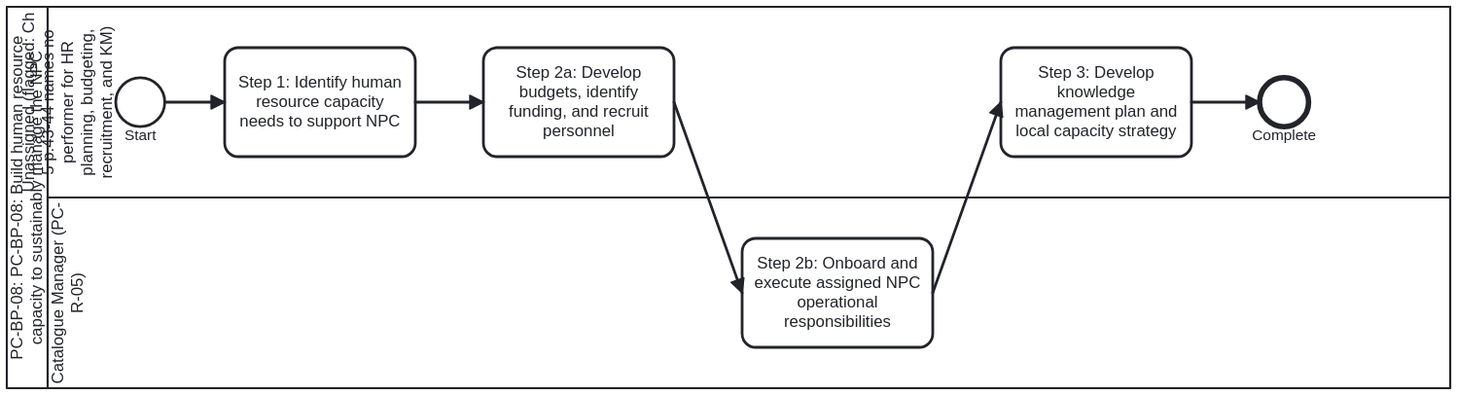
Before: folio/dth-pc/media/bp-pc-bp-08.svg, a diagram exported from BPMN (litlfred/dth-pc). Its source is kept beside it as folio/dth-pc/ch05-capacity/bp-pc-bp-08.bpmn. Ids are renumbered. Source of this version:
```xml
<bpmn:definitions xmlns:bpmn="http://www.omg.org/spec/BPMN/20100524/MODEL"
                  xmlns:bpmndi="http://www.omg.org/spec/BPMN/20100524/DI"
                  xmlns:dc="http://www.omg.org/spec/DD/20100524/DC"
                  xmlns:di="http://www.omg.org/spec/DD/20100524/DI"
                  id="Definitions_PC_BP_08"
                  targetNamespace="https://litlfred.github.io/dth-pc/bpmn">
  <bpmn:collaboration id="Collaboration_PC_BP_08">
    <bpmn:participant id="Participant_PC_BP_08" name="PC-BP-08: PC-BP-08: Build human resource capacity to sustainably manage the NPC" processRef="Process_PC_BP_08" />
  </bpmn:collaboration>
  <bpmn:process id="Process_PC_BP_08" name="PC-BP-08: Build human resource capacity to sustainably manage the NPC" isExecutable="false">
    <bpmn:documentation>PC-BP-08: PC-BP-08: Build human resource capacity to sustainably manage the NPC (Source: who-iris/library/9789240116191-eng, page-043, page-044). FLAGGED FOR OWNER: Chapter 5 (pages 43-44) names Catalogue Manager (PC-R-05) and NPC System Administrator (PC-R-18) as target operational/technical roles, but names no performer for HR planning, budgeting, recruitment, and knowledge management; those tasks are placed in an explicit unassigned lane per workplan §2e.</bpmn:documentation>
    <bpmn:laneSet id="LaneSet_PC_BP_08">
      <bpmn:lane id="Lane_1" name="Unassigned (flagged: Ch 5 p.43-44 names no performer for HR planning, budgeting, recruitment, and KM)">
        <bpmn:documentation>FLAGGED FOR OWNER: Chapter 5 does not name the performing role for HR capacity planning, budgeting, recruitment, and knowledge management.</bpmn:documentation>
        <bpmn:flowNodeRef>StartEvent_1</bpmn:flowNodeRef>
        <bpmn:flowNodeRef>Task_1</bpmn:flowNodeRef>
        <bpmn:flowNodeRef>Task_2</bpmn:flowNodeRef>
        <bpmn:flowNodeRef>Task_4</bpmn:flowNodeRef>
        <bpmn:flowNodeRef>EndEvent_1</bpmn:flowNodeRef>
      </bpmn:lane>
      <bpmn:lane id="Lane_2" name="Catalogue Manager (PC-R-05)">
        <bpmn:documentation>Named operational role onboarded and assigned to manage the NPC and Product Master Data processes (p.43-44)</bpmn:documentation>
        <bpmn:flowNodeRef>Task_3</bpmn:flowNodeRef>
      </bpmn:lane>
    </bpmn:laneSet>
    <bpmn:startEvent id="StartEvent_1" name="Start">
      <bpmn:outgoing>Flow_0</bpmn:outgoing>
    </bpmn:startEvent>
    <bpmn:task id="Task_1" name="Step 1: Identify human resource capacity needs to support NPC">
      <bpmn:documentation>Ch 5 Step 1 (p.43): Determine HR capacity required; identify operational and technical roles (e.g., Catalogue Manager, NPC System Administrator); define job descriptions and update the HR management plan.</bpmn:documentation>
      <bpmn:incoming>Flow_0</bpmn:incoming>
      <bpmn:outgoing>Flow_1</bpmn:outgoing>
    </bpmn:task>
    <bpmn:task id="Task_2" name="Step 2a: Develop budgets, identify funding, and recruit personnel">
      <bpmn:documentation>Ch 5 Step 2 (p.44): Develop budgets, identify funding sources, and recruit and train personnel with required skill sets to fill the identified roles.</bpmn:documentation>
      <bpmn:incoming>Flow_1</bpmn:incoming>
      <bpmn:outgoing>Flow_2</bpmn:outgoing>
    </bpmn:task>
    <bpmn:task id="Task_3" name="Step 2b: Onboard and execute assigned NPC operational responsibilities">
      <bpmn:documentation>Ch 5 Step 2 (p.43-44): Onboarded Catalogue Manager (and technical staff) assume operational responsibility for the NPC according to defined job descriptions and SOPs.</bpmn:documentation>
      <bpmn:incoming>Flow_2</bpmn:incoming>
      <bpmn:outgoing>Flow_3</bpmn:outgoing>
    </bpmn:task>
    <bpmn:task id="Task_4" name="Step 3: Develop knowledge management plan and local capacity strategy">
      <bpmn:documentation>Ch 5 Step 3 (p.44): Define organogram, knowledge management plan for master data and NPC, and governmental strategy to engage and enable local vendors and technical capacity.</bpmn:documentation>
      <bpmn:incoming>Flow_3</bpmn:incoming>
      <bpmn:outgoing>Flow_4</bpmn:outgoing>
    </bpmn:task>
    <bpmn:endEvent id="EndEvent_1" name="Complete">
      <bpmn:incoming>Flow_4</bpmn:incoming>
    </bpmn:endEvent>
    <bpmn:dataObject id="DataObject_1" name="List of roles and job descriptions to support NPC (Output Step 1, p.43-44)" />
    <bpmn:dataObjectReference id="DataObjectRef_1" name="List of roles and job descriptions to support NPC (Output Step 1, p.43-44)" dataObjectRef="DataObject_1" />
    <bpmn:dataObject id="DataObject_2" name="Human resource management plan and budget (Output Step 1-2, p.43-44)" />
    <bpmn:dataObjectReference id="DataObjectRef_2" name="Human resource management plan and budget (Output Step 1-2, p.43-44)" dataObjectRef="DataObject_2" />
    <bpmn:dataObject id="DataObject_3" name="Onboarded resources and Organogram (Output Step 2-3, p.44)" />
    <bpmn:dataObjectReference id="DataObjectRef_3" name="Onboarded resources and Organogram (Output Step 2-3, p.44)" dataObjectRef="DataObject_3" />
    <bpmn:dataObject id="DataObject_4" name="Knowledge management plan and governmental strategy for local technical capacity (Output Step 3, p.44)" />
    <bpmn:dataObjectReference id="DataObjectRef_4" name="Knowledge management plan and governmental strategy for local technical capacity (Output Step 3, p.44)" dataObjectRef="DataObject_4" />
    <bpmn:sequenceFlow id="Flow_0" sourceRef="StartEvent_1" targetRef="Task_1" />
    <bpmn:sequenceFlow id="Flow_1" sourceRef="Task_1" targetRef="Task_2" />
    <bpmn:sequenceFlow id="Flow_2" sourceRef="Task_2" targetRef="Task_3" />
    <bpmn:sequenceFlow id="Flow_3" sourceRef="Task_3" targetRef="Task_4" />
    <bpmn:sequenceFlow id="Flow_4" sourceRef="Task_4" targetRef="EndEvent_1" />
  </bpmn:process>
  <bpmndi:BPMNDiagram id="BPMNDiagram_PC_BP_08">
    <bpmndi:BPMNPlane id="BPMNPlane_PC_BP_08" bpmnElement="Collaboration_PC_BP_08">
      <bpmndi:BPMNShape id="Participant_PC_BP_08_di" bpmnElement="Participant_PC_BP_08" isHorizontal="true">
        <dc:Bounds x="100" y="60" width="1060" height="280" />
      </bpmndi:BPMNShape>
      <bpmndi:BPMNShape id="Lane_1_di" bpmnElement="Lane_1" isHorizontal="true">
        <dc:Bounds x="130" y="60" width="1030" height="140" />
      </bpmndi:BPMNShape>
      <bpmndi:BPMNShape id="Lane_2_di" bpmnElement="Lane_2" isHorizontal="true">
        <dc:Bounds x="130" y="200" width="1030" height="140" />
      </bpmndi:BPMNShape>
      <bpmndi:BPMNShape id="StartEvent_1_di" bpmnElement="StartEvent_1">
        <dc:Bounds x="180" y="112" width="36" height="36" />
      </bpmndi:BPMNShape>
      <bpmndi:BPMNShape id="Task_1_di" bpmnElement="Task_1">
        <dc:Bounds x="260" y="90" width="140" height="80" />
      </bpmndi:BPMNShape>
      <bpmndi:BPMNShape id="Task_2_di" bpmnElement="Task_2">
        <dc:Bounds x="450" y="90" width="140" height="80" />
      </bpmndi:BPMNShape>
      <bpmndi:BPMNShape id="Task_3_di" bpmnElement="Task_3">
        <dc:Bounds x="640" y="230" width="140" height="80" />
      </bpmndi:BPMNShape>
      <bpmndi:BPMNShape id="Task_4_di" bpmnElement="Task_4">
        <dc:Bounds x="830" y="90" width="140" height="80" />
      </bpmndi:BPMNShape>
      <bpmndi:BPMNShape id="EndEvent_1_di" bpmnElement="EndEvent_1">
        <dc:Bounds x="1020" y="112" width="36" height="36" />
      </bpmndi:BPMNShape>
      <bpmndi:BPMNEdge id="Flow_0_di" bpmnElement="Flow_0">
        <di:waypoint x="216" y="130" />
        <di:waypoint x="260" y="130" />
      </bpmndi:BPMNEdge>
      <bpmndi:BPMNEdge id="Flow_1_di" bpmnElement="Flow_1">
        <di:waypoint x="400" y="130" />
        <di:waypoint x="450" y="130" />
      </bpmndi:BPMNEdge>
      <bpmndi:BPMNEdge id="Flow_2_di" bpmnElement="Flow_2">
        <di:waypoint x="590" y="130" />
        <di:waypoint x="640" y="270" />
      </bpmndi:BPMNEdge>
      <bpmndi:BPMNEdge id="Flow_3_di" bpmnElement="Flow_3">
        <di:waypoint x="780" y="270" />
        <di:waypoint x="830" y="130" />
      </bpmndi:BPMNEdge>
      <bpmndi:BPMNEdge id="Flow_4_di" bpmnElement="Flow_4">
        <di:waypoint x="970" y="130" />
        <di:waypoint x="1020" y="130" />
      </bpmndi:BPMNEdge>
    </bpmndi:BPMNPlane>
  </bpmndi:BPMNDiagram>
</bpmn:definitions>
```
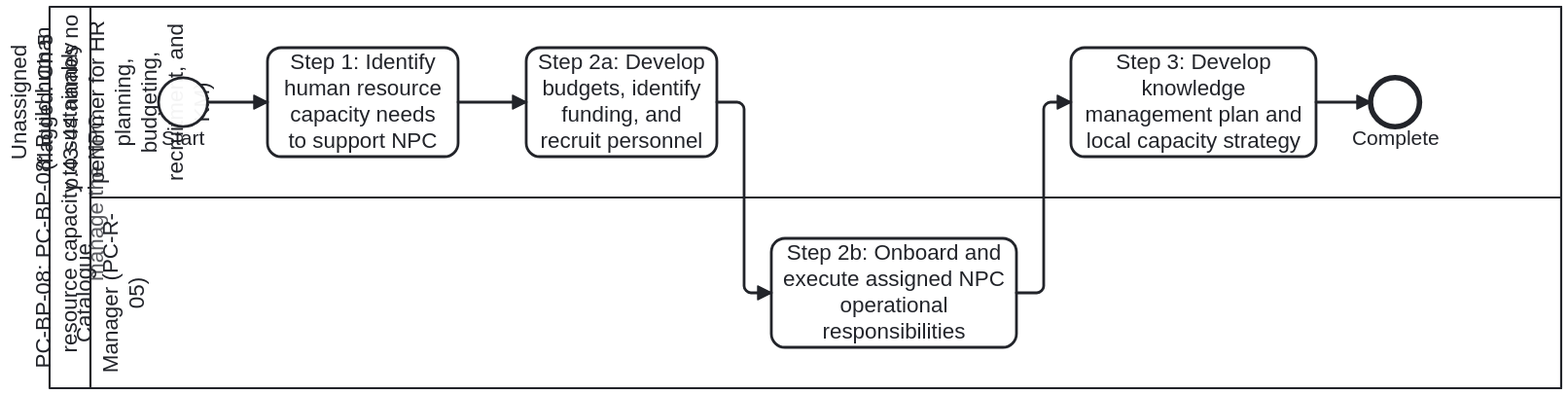
Above is the later version.

The edit, as a diff of the source:
```diff
@@ -66,13 +66,13 @@
   <bpmndi:BPMNDiagram id="BPMNDiagram_PC_BP_08">
     <bpmndi:BPMNPlane id="BPMNPlane_PC_BP_08" bpmnElement="Collaboration_PC_BP_08">
       <bpmndi:BPMNShape id="Participant_PC_BP_08_di" bpmnElement="Participant_PC_BP_08" isHorizontal="true">
-        <dc:Bounds x="100" y="60" width="1060" height="280" />
+        <dc:Bounds x="100" y="60" width="1110" height="280" />
       </bpmndi:BPMNShape>
       <bpmndi:BPMNShape id="Lane_1_di" bpmnElement="Lane_1" isHorizontal="true">
-        <dc:Bounds x="130" y="60" width="1030" height="140" />
+        <dc:Bounds x="130" y="60" width="1080" height="140" />
       </bpmndi:BPMNShape>
       <bpmndi:BPMNShape id="Lane_2_di" bpmnElement="Lane_2" isHorizontal="true">
-        <dc:Bounds x="130" y="200" width="1030" height="140" />
+        <dc:Bounds x="130" y="200" width="1080" height="140" />
       </bpmndi:BPMNShape>
       <bpmndi:BPMNShape id="StartEvent_1_di" bpmnElement="StartEvent_1">
         <dc:Bounds x="180" y="112" width="36" height="36" />
@@ -84,13 +84,13 @@
         <dc:Bounds x="450" y="90" width="140" height="80" />
       </bpmndi:BPMNShape>
       <bpmndi:BPMNShape id="Task_3_di" bpmnElement="Task_3">
-        <dc:Bounds x="640" y="230" width="140" height="80" />
+        <dc:Bounds x="630" y="230" width="180" height="80" />
       </bpmndi:BPMNShape>
       <bpmndi:BPMNShape id="Task_4_di" bpmnElement="Task_4">
-        <dc:Bounds x="830" y="90" width="140" height="80" />
+        <dc:Bounds x="850" y="90" width="180" height="80" />
       </bpmndi:BPMNShape>
       <bpmndi:BPMNShape id="EndEvent_1_di" bpmnElement="EndEvent_1">
-        <dc:Bounds x="1020" y="112" width="36" height="36" />
+        <dc:Bounds x="1070" y="112" width="36" height="36" />
       </bpmndi:BPMNShape>
       <bpmndi:BPMNEdge id="Flow_0_di" bpmnElement="Flow_0">
         <di:waypoint x="216" y="130" />
@@ -102,15 +102,19 @@
       </bpmndi:BPMNEdge>
       <bpmndi:BPMNEdge id="Flow_2_di" bpmnElement="Flow_2">
         <di:waypoint x="590" y="130" />
-        <di:waypoint x="640" y="270" />
+        <di:waypoint x="610" y="130" />
+        <di:waypoint x="610" y="270" />
+        <di:waypoint x="630" y="270" />
       </bpmndi:BPMNEdge>
       <bpmndi:BPMNEdge id="Flow_3_di" bpmnElement="Flow_3">
-        <di:waypoint x="780" y="270" />
+        <di:waypoint x="810" y="270" />
+        <di:waypoint x="830" y="270" />
         <di:waypoint x="830" y="130" />
+        <di:waypoint x="850" y="130" />
       </bpmndi:BPMNEdge>
       <bpmndi:BPMNEdge id="Flow_4_di" bpmnElement="Flow_4">
-        <di:waypoint x="970" y="130" />
-        <di:waypoint x="1020" y="130" />
+        <di:waypoint x="1030" y="130" />
+        <di:waypoint x="1070" y="130" />
       </bpmndi:BPMNEdge>
     </bpmndi:BPMNPlane>
   </bpmndi:BPMNDiagram>
```
